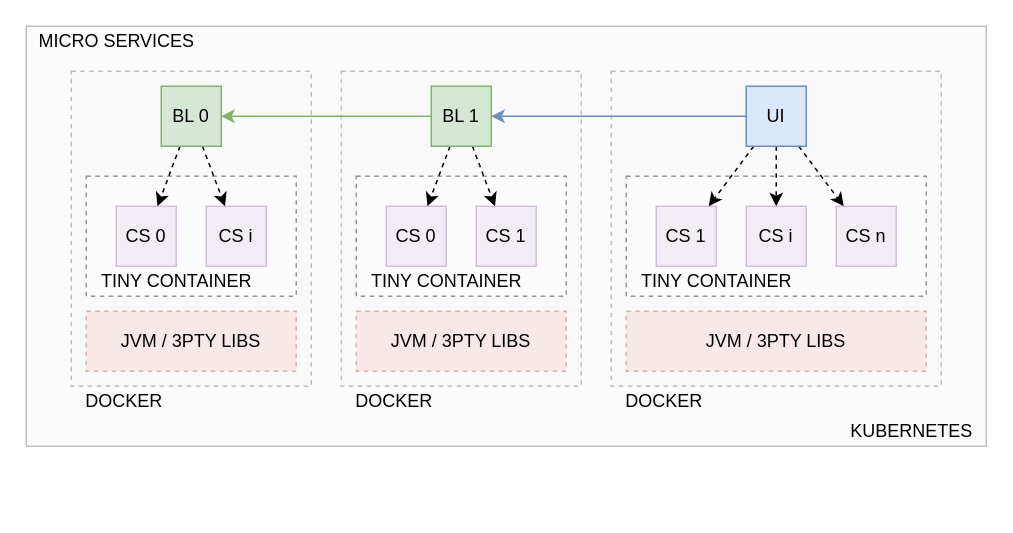
This is page "Micro-Services" (2 of 5) of docs/business-code-portability.drawio from js-lib-com/tiny-container, a draw.io file, before an edit. Source tidied: cells renumbered, new cells numbered last; positions are measured from the earlier drawing's top-left corner, leaving out a move shared by most shapes. Both pictures are drawn from the tidied source at 150%, with x=0, y=0 at pixel (26, 26).
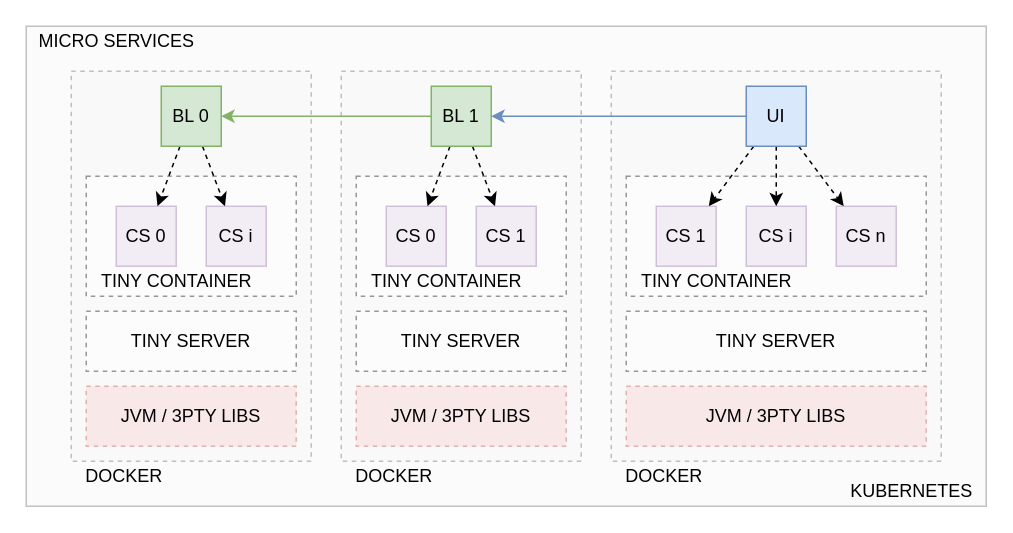
Above is the later version.

Diff of the diagram source:
```diff
@@
     <mxCell id="2" style="rounded=0;whiteSpace=wrap;html=1;opacity=40;fillColor=#f5f5f5;fontColor=#333333;strokeColor=#666666;" parent="1" vertex="1">
-      <mxGeometry width="640" height="280" as="geometry" />
+      <mxGeometry width="640" height="320" as="geometry" />
     </mxCell>
     <mxCell id="3" style="rounded=0;whiteSpace=wrap;html=1;dashed=1;opacity=40;fillColor=#f5f5f5;fontColor=#333333;strokeColor=#666666;" parent="1" vertex="1">
-      <mxGeometry x="390" y="30" width="220" height="210" as="geometry" />
+      <mxGeometry x="390" y="30" width="220" height="260" as="geometry" />
     </mxCell>
     <mxCell id="4" style="rounded=0;whiteSpace=wrap;html=1;dashed=1;opacity=40;fillColor=#f5f5f5;fontColor=#333333;strokeColor=#666666;" parent="1" vertex="1">
-      <mxGeometry x="210" y="30" width="160" height="210" as="geometry" />
+      <mxGeometry x="210" y="30" width="160" height="260" as="geometry" />
     </mxCell>
     <mxCell id="5" style="rounded=0;whiteSpace=wrap;html=1;dashed=1;opacity=40;fillColor=#f5f5f5;fontColor=#333333;strokeColor=#666666;" parent="1" vertex="1">
-      <mxGeometry x="30" y="30" width="160" height="210" as="geometry" />
+      <mxGeometry x="30" y="30" width="160" height="260" as="geometry" />
     </mxCell>
@@
     <mxCell id="32" value="JVM / 3PTY LIBS" style="rounded=0;whiteSpace=wrap;html=1;dashed=1;fillColor=#f8cecc;strokeColor=#b85450;opacity=40;" parent="1" vertex="1">
-      <mxGeometry x="400" y="190" width="200" height="40" as="geometry" />
+      <mxGeometry x="400" y="240" width="200" height="40" as="geometry" />
     </mxCell>
     <mxCell id="33" value="JVM / 3PTY LIBS" style="rounded=0;whiteSpace=wrap;html=1;dashed=1;fillColor=#f8cecc;strokeColor=#b85450;opacity=40;" parent="1" vertex="1">
-      <mxGeometry x="40" y="190" width="140" height="40" as="geometry" />
+      <mxGeometry x="40" y="240" width="140" height="40" as="geometry" />
     </mxCell>
     <mxCell id="34" value="JVM / 3PTY LIBS" style="rounded=0;whiteSpace=wrap;html=1;dashed=1;fillColor=#f8cecc;strokeColor=#b85450;opacity=40;" parent="1" vertex="1">
-      <mxGeometry x="220" y="190" width="140" height="40" as="geometry" />
+      <mxGeometry x="220" y="240" width="140" height="40" as="geometry" />
     </mxCell>
     <mxCell id="35" value="DOCKER" style="text;html=1;align=center;verticalAlign=middle;strokeColor=none;fillColor=none;" parent="1" vertex="1">
-      <mxGeometry x="390" y="240" width="70" height="20" as="geometry" />
+      <mxGeometry x="390" y="290" width="70" height="20" as="geometry" />
     </mxCell>
     <mxCell id="36" value="DOCKER" style="text;html=1;align=center;verticalAlign=middle;strokeColor=none;fillColor=none;" parent="1" vertex="1">
-      <mxGeometry x="30" y="240" width="70" height="20" as="geometry" />
+      <mxGeometry x="30" y="290" width="70" height="20" as="geometry" />
     </mxCell>
     <mxCell id="37" value="DOCKER" style="text;html=1;align=center;verticalAlign=middle;strokeColor=none;fillColor=none;" parent="1" vertex="1">
-      <mxGeometry x="210" y="240" width="70" height="20" as="geometry" />
+      <mxGeometry x="210" y="290" width="70" height="20" as="geometry" />
     </mxCell>
     <mxCell id="38" value="KUBERNETES" style="text;html=1;align=center;verticalAlign=middle;strokeColor=none;fillColor=none;" parent="1" vertex="1">
-      <mxGeometry x="540" y="260" width="100" height="20" as="geometry" />
+      <mxGeometry x="540" y="300" width="100" height="20" as="geometry" />
     </mxCell>
+    <mxCell id="39" value="TINY SERVER" style="rounded=0;whiteSpace=wrap;html=1;dashed=1;opacity=40;" parent="1" vertex="1">
+      <mxGeometry x="400" y="190" width="200" height="40" as="geometry" />
+    </mxCell>
+    <mxCell id="40" value="TINY SERVER" style="rounded=0;whiteSpace=wrap;html=1;dashed=1;opacity=40;" parent="1" vertex="1">
+      <mxGeometry x="40" y="190" width="140" height="40" as="geometry" />
+    </mxCell>
+    <mxCell id="41" value="TINY SERVER" style="rounded=0;whiteSpace=wrap;html=1;dashed=1;opacity=40;" parent="1" vertex="1">
+      <mxGeometry x="220" y="190" width="140" height="40" as="geometry" />
+    </mxCell>
```
